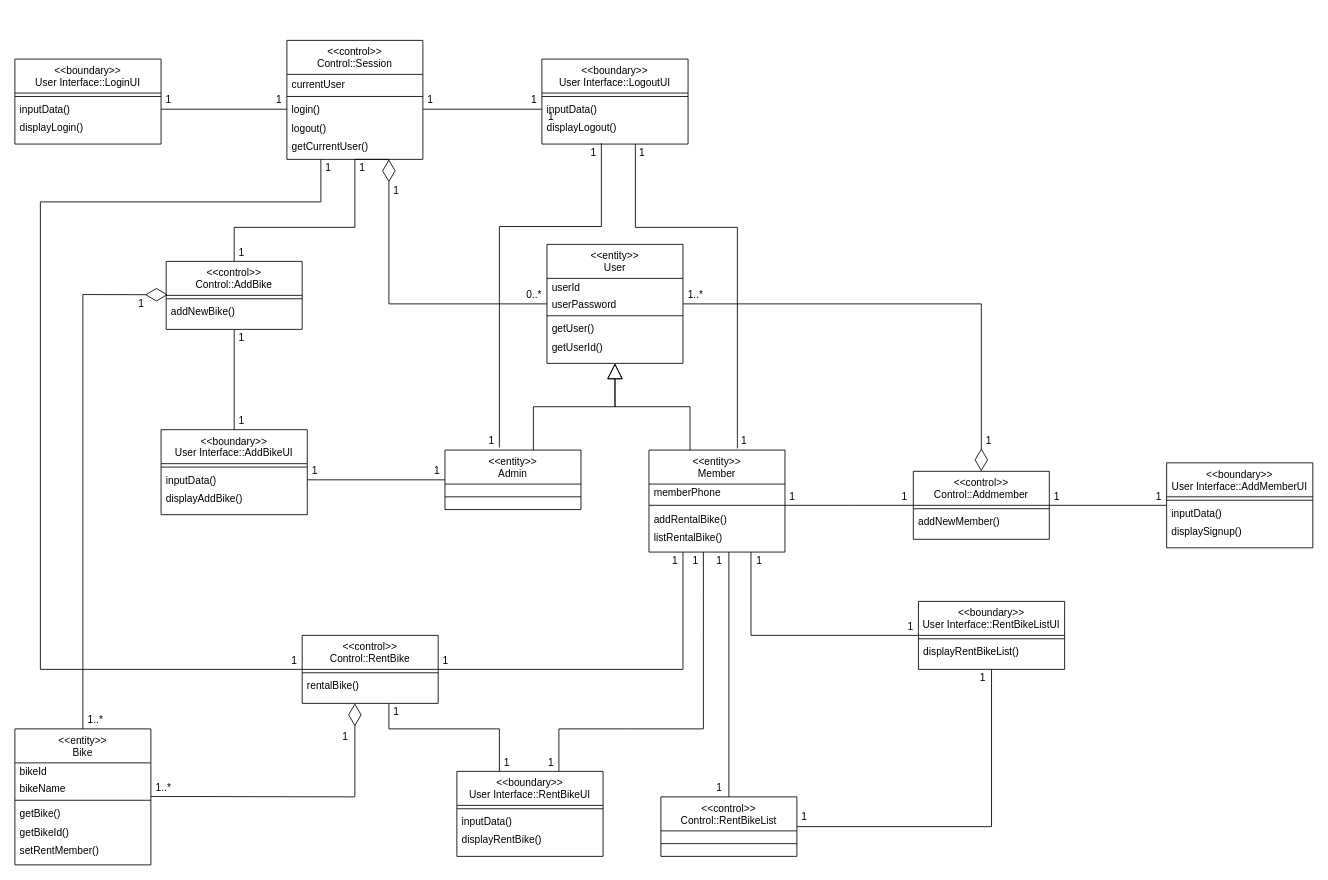
The draw.io diagram requirement_capturing/analysis_class_diagram.drawio in cmin42/2025-1-SE-HW, before the edit. Source tidied: cells renumbered, new cells numbered last; positions are measured from the earlier drawing's top-left corner, leaving out a move shared by most shapes. Both pictures are drawn from the tidied source at 85%, with x=0, y=0 at pixel (14, 40).
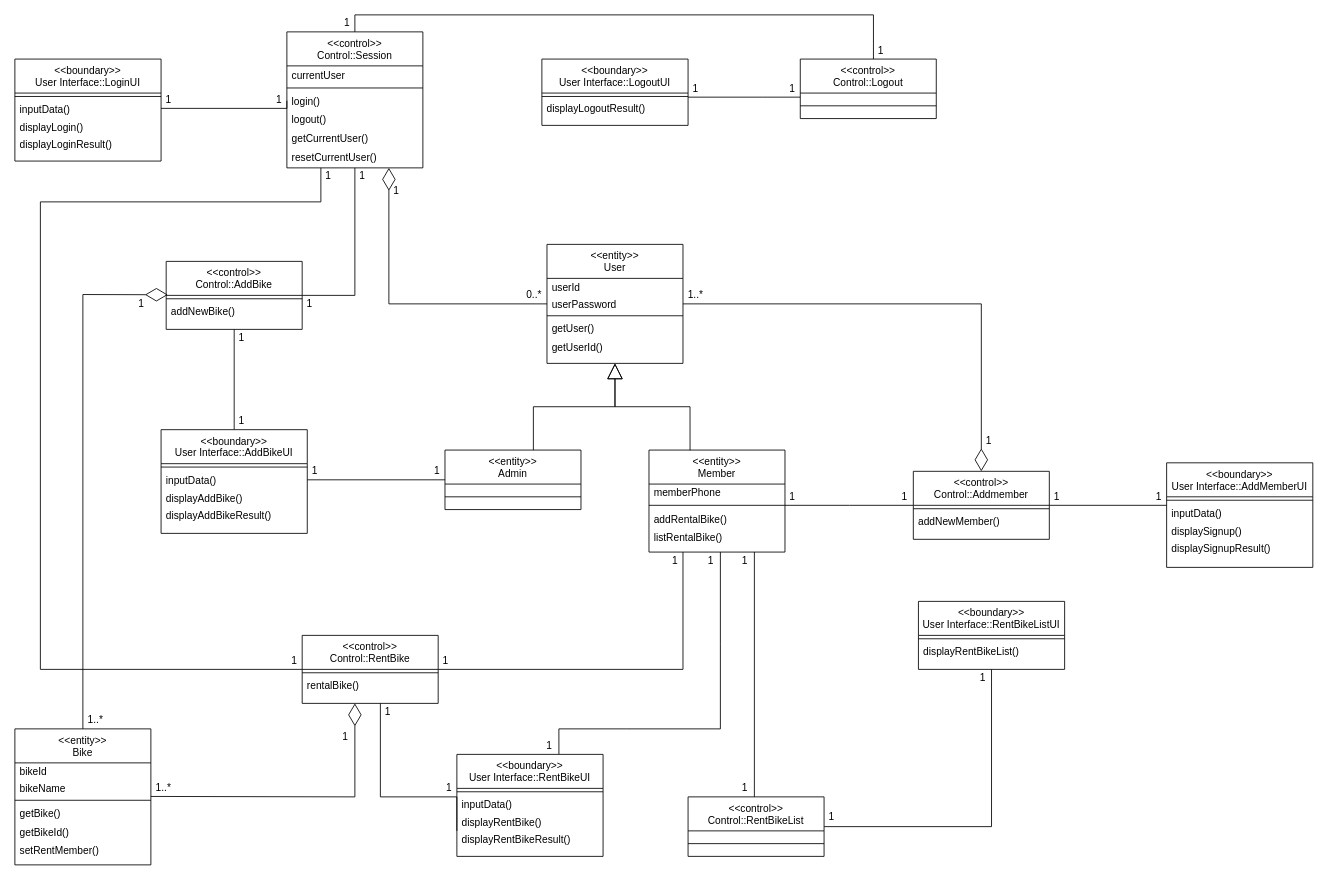
Above is the later version.

Commit message (it also covers changes not shown here):
fix: commnication 및 class 다이어그램 전체적인 수정

The change refers to these unchanged cells:
```xml
<mxCell id="15" value="&lt;&lt;entity&gt;&gt;&#10;Member" style="swimlane;fontStyle=0;align=center;verticalAlign=top;horizontal=1;startSize=40;rounded=0;shadow=0;strokeWidth=1;" parent="1" vertex="1">
  <mxGeometry x="746" y="482" width="160" height="120" as="geometry" />
</mxCell>
<mxCell id="22" value="inputData()" style="text;align=left;verticalAlign=middle;spacingLeft=4;spacingRight=4;overflow=hidden;points=[[0,0.5],[1,0.5]];portConstraint=eastwest;" parent="20" vertex="1">
  <mxGeometry y="48" width="172" height="22" as="geometry" />
</mxCell>
<mxCell id="37" value="&lt;&lt;boundary&gt;&gt;&#10;User Interface::RentBikeListUI" style="swimlane;fontStyle=0;align=center;verticalAlign=top;horizontal=1;startSize=40;rounded=0;shadow=0;strokeWidth=1;" parent="1" vertex="1">
  <mxGeometry x="1063" y="660" width="172" height="80" as="geometry" />
</mxCell>
<mxCell id="48" value="login()" style="text;align=left;verticalAlign=middle;spacingLeft=4;spacingRight=4;overflow=hidden;points=[[0,0.5],[1,0.5]];portConstraint=eastwest;" parent="45" vertex="1">
  <mxGeometry y="70" width="160" height="22" as="geometry" />
</mxCell>
<mxCell id="52" value="&lt;&lt;control&gt;&gt;&#10;Control::AddBike" style="swimlane;fontStyle=0;align=center;verticalAlign=top;horizontal=1;startSize=40;rounded=0;shadow=0;strokeWidth=1;" parent="1" vertex="1">
  <mxGeometry x="178" y="260" width="160" height="80" as="geometry" />
</mxCell>
<mxCell id="56" value="&lt;&lt;control&gt;&gt;&#10;Control::RentBike" style="swimlane;fontStyle=0;align=center;verticalAlign=top;horizontal=1;startSize=40;rounded=0;shadow=0;strokeWidth=1;" parent="1" vertex="1">
  <mxGeometry x="338" y="700" width="160" height="80" as="geometry" />
</mxCell>
```

Change to the diagram source:
```diff
@@
     <mxCell id="8" value="&lt;&lt;boundary&gt;&gt;&#10;User Interface::AddMemberUI" style="swimlane;fontStyle=0;align=center;verticalAlign=top;horizontal=1;startSize=40;rounded=0;shadow=0;strokeWidth=1;" parent="1" vertex="1">
-      <mxGeometry x="1355" y="497" width="172" height="100" as="geometry" />
+      <mxGeometry x="1355" y="497" width="172" height="123" as="geometry" />
     </mxCell>
@@
+    <mxCell id="125" value="displaySignupResult()" style="text;align=left;verticalAlign=middle;spacingLeft=4;spacingRight=4;overflow=hidden;" parent="8" vertex="1">
+      <mxGeometry y="90" width="172" height="20" as="geometry" />
+    </mxCell>
@@
     <mxCell id="20" value="&lt;&lt;boundary&gt;&gt;&#10;User Interface::LoginUI" style="swimlane;fontStyle=0;align=center;verticalAlign=top;horizontal=1;startSize=40;rounded=0;shadow=0;strokeWidth=1;" parent="1" vertex="1">
-      <mxGeometry y="22" width="172" height="100" as="geometry" />
+      <mxGeometry y="22" width="172" height="120" as="geometry" />
     </mxCell>
@@
+    <mxCell id="126" value="displayLoginResult()" style="text;align=left;verticalAlign=middle;spacingLeft=4;spacingRight=4;overflow=hidden;" parent="20" vertex="1">
+      <mxGeometry y="90" width="172" height="20" as="geometry" />
+    </mxCell>
+    <mxCell id="127" style="edgeStyle=orthogonalEdgeStyle;rounded=0;orthogonalLoop=1;jettySize=auto;html=1;endArrow=none;startFill=0;" parent="1" edge="1">
+      <mxGeometry relative="1" as="geometry">
+        <mxPoint x="792" y="66.8" as="sourcePoint" />
+        <mxPoint x="924" y="66.8" as="targetPoint" />
+        <Array as="points">
+          <mxPoint x="880" y="66.7" />
+          <mxPoint x="880" y="66.7" />
+        </Array>
+      </mxGeometry>
+    </mxCell>
     <mxCell id="24" value="&lt;&lt;boundary&gt;&gt;&#10;User Interface::LogoutUI" style="swimlane;fontStyle=0;align=center;verticalAlign=top;horizontal=1;startSize=40;rounded=0;shadow=0;strokeWidth=1;" parent="1" vertex="1">
-      <mxGeometry x="620" y="22" width="172" height="100" as="geometry" />
+      <mxGeometry x="620" y="22" width="172" height="78" as="geometry" />
     </mxCell>
@@
-    <mxCell id="26" value="inputData()" style="text;align=left;verticalAlign=middle;spacingLeft=4;spacingRight=4;overflow=hidden;points=[[0,0.5],[1,0.5]];portConstraint=eastwest;" parent="24" vertex="1">
-      <mxGeometry y="48" width="172" height="22" as="geometry" />
-    </mxCell>
-    <mxCell id="27" value="displayLogout()" style="text;align=left;verticalAlign=middle;spacingLeft=4;spacingRight=4;overflow=hidden;" parent="24" vertex="1">
-      <mxGeometry y="70" width="172" height="20" as="geometry" />
+    <mxCell id="27" value="displayLogoutResult()" style="text;align=left;verticalAlign=middle;spacingLeft=4;spacingRight=4;overflow=hidden;" parent="24" vertex="1">
+      <mxGeometry y="48" width="172" height="20" as="geometry" />
     </mxCell>
@@
     <mxCell id="29" value="&lt;&lt;boundary&gt;&gt;&#10;User Interface::AddBikeUI" style="swimlane;fontStyle=0;align=center;verticalAlign=top;horizontal=1;startSize=40;rounded=0;shadow=0;strokeWidth=1;" parent="1" vertex="1">
-      <mxGeometry x="172" y="458" width="172" height="100" as="geometry" />
+      <mxGeometry x="172" y="458" width="172" height="122" as="geometry" />
     </mxCell>
@@
+    <mxCell id="128" value="displayAddBikeResult()" style="text;align=left;verticalAlign=middle;spacingLeft=4;spacingRight=4;overflow=hidden;" parent="29" vertex="1">
+      <mxGeometry y="90" width="172" height="20" as="geometry" />
+    </mxCell>
     <mxCell id="33" value="&lt;&lt;boundary&gt;&gt;&#10;User Interface::RentBikeUI" style="swimlane;fontStyle=0;align=center;verticalAlign=top;horizontal=1;startSize=40;rounded=0;shadow=0;strokeWidth=1;" parent="1" vertex="1">
-      <mxGeometry x="520" y="860" width="172" height="100" as="geometry" />
+      <mxGeometry x="520" y="840" width="172" height="120" as="geometry" />
     </mxCell>
@@
+    <mxCell id="129" value="displayRentBikeResult()" style="text;align=left;verticalAlign=middle;spacingLeft=4;spacingRight=4;overflow=hidden;" parent="33" vertex="1">
+      <mxGeometry y="90" width="172" height="20" as="geometry" />
+    </mxCell>
@@
     <mxCell id="45" value="&lt;&lt;control&gt;&gt;&#10;Control::Session" style="swimlane;fontStyle=0;align=center;verticalAlign=top;horizontal=1;startSize=40;rounded=0;shadow=0;strokeWidth=1;" parent="1" vertex="1">
-      <mxGeometry x="320" width="160" height="140" as="geometry" />
+      <mxGeometry x="320" y="-10" width="160" height="160" as="geometry" />
     </mxCell>
@@
-    <mxCell id="51" style="edgeStyle=orthogonalEdgeStyle;rounded=0;jettySize=auto;html=1;endArrow=none;startFill=0;" parent="1" edge="1" source="52">
-      <mxGeometry relative="1" as="geometry">
-        <mxPoint x="440" y="140" as="targetPoint" />
-        <Array as="points">
-          <mxPoint x="258" y="220" />
-          <mxPoint x="400" y="220" />
-          <mxPoint x="400" y="140" />
-        </Array>
-      </mxGeometry>
-    </mxCell>
+    <mxCell id="130" value="resetCurrentUser()" style="text;align=left;verticalAlign=middle;spacingLeft=4;spacingRight=4;overflow=hidden;" parent="45" vertex="1">
+      <mxGeometry y="136" width="160" height="22" as="geometry" />
+    </mxCell>
+    <mxCell id="131" style="edgeStyle=orthogonalEdgeStyle;rounded=0;jettySize=auto;html=1;entryX=0;entryY=0;entryDx=0;entryDy=0;endArrow=none;startFill=0;" parent="1" edge="1" source="52" target="135">
+      <mxGeometry relative="1" as="geometry">
+        <Array as="points">
+          <mxPoint x="400" y="300" />
+        </Array>
+      </mxGeometry>
+    </mxCell>
@@
-    <mxCell id="55" style="edgeStyle=orthogonalEdgeStyle;rounded=0;jettySize=auto;html=1;endArrow=none;startFill=0;" parent="1" edge="1" source="56">
-      <mxGeometry relative="1" as="geometry">
-        <mxPoint x="570" y="860" as="targetPoint" />
-        <Array as="points">
-          <mxPoint x="440" y="810" />
-          <mxPoint x="570" y="810" />
-          <mxPoint x="570" y="859" />
-        </Array>
-      </mxGeometry>
-    </mxCell>
+    <mxCell id="132" style="edgeStyle=orthogonalEdgeStyle;rounded=0;jettySize=auto;html=1;endArrow=none;startFill=0;" parent="1" edge="1" source="56">
+      <mxGeometry relative="1" as="geometry">
+        <mxPoint x="520" y="930" as="targetPoint" />
+        <Array as="points">
+          <mxPoint x="430" y="890" />
+          <mxPoint x="520" y="890" />
+        </Array>
+      </mxGeometry>
+    </mxCell>
@@
-    <mxCell id="59" style="edgeStyle=orthogonalEdgeStyle;rounded=0;jettySize=auto;html=1;entryX=0.5;entryY=1;entryDx=0;entryDy=0;endArrow=none;startFill=0;" parent="1" edge="1" source="60" target="37">
+    <mxCell id="59" style="edgeStyle=orthogonalEdgeStyle;rounded=0;jettySize=auto;html=1;entryX=0.5;entryY=1;entryDx=0;entryDy=0;endArrow=none;startFill=0;exitX=1;exitY=0.5;exitDx=0;exitDy=0;" parent="1" edge="1" source="60" target="37">
       <mxGeometry relative="1" as="geometry" />
     </mxCell>
     <mxCell id="60" value="&lt;&lt;control&gt;&gt;&#10;Control::RentBikeList" style="swimlane;fontStyle=0;align=center;verticalAlign=top;horizontal=1;startSize=40;rounded=0;shadow=0;strokeWidth=1;" parent="1" vertex="1">
-      <mxGeometry x="760" y="890" width="160" height="70" as="geometry" />
+      <mxGeometry x="792" y="890" width="160" height="70" as="geometry" />
     </mxCell>
@@
-    <mxCell id="74" style="endArrow=none;endFill=0;endSize=24;html=1;rounded=0;entryX=0.5;entryY=1;entryDx=0;entryDy=0;startFill=0;" parent="1" edge="1">
-      <mxGeometry relative="1" as="geometry">
-        <mxPoint x="850" y="480" as="sourcePoint" />
-        <mxPoint x="730" y="122" as="targetPoint" />
-        <Array as="points">
-          <mxPoint x="850" y="220" />
-          <mxPoint x="730" y="220" />
-        </Array>
-      </mxGeometry>
-    </mxCell>
-    <mxCell id="75" value="1" style="text;strokeColor=none;align=center;fillColor=none;html=1;verticalAlign=middle;whiteSpace=wrap;rounded=0;" parent="1" vertex="1">
-      <mxGeometry x="729" y="122" width="18" height="20" as="geometry" />
-    </mxCell>
-    <mxCell id="76" style="edgeStyle=orthogonalEdgeStyle;rounded=0;jettySize=auto;html=1;exitX=0;exitY=0.5;exitDx=0;exitDy=0;entryX=1;entryY=0.5;entryDx=0;entryDy=0;endArrow=none;startFill=0;" parent="1" edge="1" source="26" target="48">
-      <mxGeometry relative="1" as="geometry" />
-    </mxCell>
     <mxCell id="77" style="edgeStyle=orthogonalEdgeStyle;rounded=0;jettySize=auto;html=1;entryX=0;entryY=0.5;entryDx=0;entryDy=0;endArrow=none;startFill=0;" parent="1" edge="1" source="22" target="48">
-      <mxGeometry relative="1" as="geometry" />
+      <mxGeometry relative="1" as="geometry">
+        <Array as="points">
+          <mxPoint x="320" y="80" />
+        </Array>
+      </mxGeometry>
     </mxCell>
-    <mxCell id="78" value="1" style="text;strokeColor=none;align=center;fillColor=none;html=1;verticalAlign=middle;whiteSpace=wrap;rounded=0;" parent="1" vertex="1">
-      <mxGeometry x="480" y="60" width="18" height="20" as="geometry" />
-    </mxCell>
-    <mxCell id="79" value="1" style="text;strokeColor=none;align=center;fillColor=none;html=1;verticalAlign=middle;whiteSpace=wrap;rounded=0;" parent="1" vertex="1">
-      <mxGeometry x="602" y="60" width="18" height="20" as="geometry" />
-    </mxCell>
@@
-    <mxCell id="82" value="1" style="text;strokeColor=none;align=center;fillColor=none;html=1;verticalAlign=middle;whiteSpace=wrap;rounded=0;" parent="1" vertex="1">
-      <mxGeometry x="400" y="140" width="18" height="20" as="geometry" />
-    </mxCell>
     <mxCell id="83" value="1" style="text;strokeColor=none;align=center;fillColor=none;html=1;verticalAlign=middle;whiteSpace=wrap;rounded=0;" parent="1" vertex="1">
-      <mxGeometry x="258" y="240" width="18" height="20" as="geometry" />
+      <mxGeometry x="338" y="300" width="18" height="20" as="geometry" />
     </mxCell>
-    <mxCell id="84" value="1" style="text;strokeColor=none;align=center;fillColor=none;html=1;verticalAlign=middle;whiteSpace=wrap;rounded=0;" parent="1" vertex="1">
-      <mxGeometry x="622" y="80" width="18" height="20" as="geometry" />
-    </mxCell>
     <mxCell id="85" value="1" style="text;strokeColor=none;align=center;fillColor=none;html=1;verticalAlign=middle;whiteSpace=wrap;rounded=0;" parent="1" vertex="1">
-      <mxGeometry x="360" y="140" width="18" height="20" as="geometry" />
+      <mxGeometry x="360" y="150" width="18" height="20" as="geometry" />
     </mxCell>
@@
     <mxCell id="93" value="1" style="text;strokeColor=none;align=center;fillColor=none;html=1;verticalAlign=middle;whiteSpace=wrap;rounded=0;" parent="1" vertex="1">
-      <mxGeometry x="440" y="780" width="18" height="20" as="geometry" />
+      <mxGeometry x="430" y="780" width="18" height="20" as="geometry" />
     </mxCell>
     <mxCell id="94" value="1" style="text;strokeColor=none;align=center;fillColor=none;html=1;verticalAlign=middle;whiteSpace=wrap;rounded=0;" parent="1" vertex="1">
-      <mxGeometry x="570" y="840" width="18" height="20" as="geometry" />
+      <mxGeometry x="502" y="870" width="18" height="20" as="geometry" />
     </mxCell>
@@
     <mxCell id="96" style="endArrow=none;endFill=0;endSize=24;html=1;rounded=0;entryX=0.698;entryY=-0.003;entryDx=0;entryDy=0;entryPerimeter=0;startFill=0;" parent="1" edge="1" target="33">
       <mxGeometry relative="1" as="geometry">
-        <mxPoint x="810" y="602" as="sourcePoint" />
+        <mxPoint x="830" y="602" as="sourcePoint" />
         <Array as="points">
-          <mxPoint x="810" y="652" />
-          <mxPoint x="810" y="702" />
-          <mxPoint x="810" y="810" />
+          <mxPoint x="830" y="710" />
+          <mxPoint x="830" y="810" />
           <mxPoint x="720" y="810" />
           <mxPoint x="640" y="810" />
         </Array>
       </mxGeometry>
     </mxCell>
     <mxCell id="97" style="endArrow=none;endFill=0;endSize=24;html=1;rounded=0;startFill=0;" parent="1" edge="1">
       <mxGeometry relative="1" as="geometry">
-        <mxPoint x="840" y="602" as="sourcePoint" />
-        <mxPoint x="840" y="890" as="targetPoint" />
+        <mxPoint x="870" y="602" as="sourcePoint" />
+        <mxPoint x="870" y="890" as="targetPoint" />
       </mxGeometry>
     </mxCell>
-    <mxCell id="98" style="endArrow=none;endFill=0;endSize=24;html=1;rounded=0;exitX=0.75;exitY=1;exitDx=0;exitDy=0;entryX=0;entryY=0.5;entryDx=0;entryDy=0;startFill=0;" parent="1" edge="1" source="15" target="37">
-      <mxGeometry relative="1" as="geometry">
-        <Array as="points">
-          <mxPoint x="866" y="700" />
-        </Array>
-      </mxGeometry>
-    </mxCell>
     <mxCell id="99" value="1" style="text;strokeColor=none;align=center;fillColor=none;html=1;verticalAlign=middle;whiteSpace=wrap;rounded=0;" parent="1" vertex="1">
-      <mxGeometry x="622" y="840" width="18" height="20" as="geometry" />
+      <mxGeometry x="620" y="820" width="18" height="20" as="geometry" />
     </mxCell>
     <mxCell id="100" value="1" style="text;strokeColor=none;align=center;fillColor=none;html=1;verticalAlign=middle;whiteSpace=wrap;rounded=0;" parent="1" vertex="1">
-      <mxGeometry x="820" y="870" width="18" height="20" as="geometry" />
+      <mxGeometry x="850" y="870" width="18" height="20" as="geometry" />
     </mxCell>
-    <mxCell id="101" value="1" style="text;strokeColor=none;align=center;fillColor=none;html=1;verticalAlign=middle;whiteSpace=wrap;rounded=0;" parent="1" vertex="1">
-      <mxGeometry x="1045" y="680" width="18" height="20" as="geometry" />
-    </mxCell>
@@
     <mxCell id="112" value="1" style="text;strokeColor=none;align=center;fillColor=none;html=1;verticalAlign=middle;whiteSpace=wrap;rounded=0;" parent="1" vertex="1">
-      <mxGeometry x="792" y="602" width="18" height="20" as="geometry" />
+      <mxGeometry x="810" y="602" width="18" height="20" as="geometry" />
     </mxCell>
-    <mxCell id="113" value="1" style="text;strokeColor=none;align=center;fillColor=none;html=1;verticalAlign=middle;whiteSpace=wrap;rounded=0;" parent="1" vertex="1">
-      <mxGeometry x="867" y="602" width="18" height="20" as="geometry" />
-    </mxCell>
     <mxCell id="114" value="1" style="text;strokeColor=none;align=center;fillColor=none;html=1;verticalAlign=middle;whiteSpace=wrap;rounded=0;" parent="1" vertex="1">
-      <mxGeometry x="820" y="602" width="18" height="20" as="geometry" />
+      <mxGeometry x="850" y="602" width="18" height="20" as="geometry" />
     </mxCell>
@@
     <mxCell id="119" value="1" style="text;strokeColor=none;align=center;fillColor=none;html=1;verticalAlign=middle;whiteSpace=wrap;rounded=0;" parent="1" vertex="1">
-      <mxGeometry x="920" y="904" width="18" height="20" as="geometry" />
+      <mxGeometry x="952" y="904" width="18" height="20" as="geometry" />
     </mxCell>
@@
-    <mxCell id="121" style="endArrow=none;endFill=0;endSize=24;html=1;rounded=0;entryX=0.5;entryY=1;entryDx=0;entryDy=0;startFill=0;" parent="1" edge="1">
-      <mxGeometry relative="1" as="geometry">
-        <mxPoint x="570" y="479" as="sourcePoint" />
-        <mxPoint x="690" y="121" as="targetPoint" />
-        <Array as="points">
-          <mxPoint x="570" y="219" />
-          <mxPoint x="690" y="219" />
-        </Array>
-      </mxGeometry>
-    </mxCell>
-    <mxCell id="122" value="1" style="text;strokeColor=none;align=center;fillColor=none;html=1;verticalAlign=middle;whiteSpace=wrap;rounded=0;" parent="1" vertex="1">
-      <mxGeometry x="672" y="122" width="18" height="20" as="geometry" />
-    </mxCell>
-    <mxCell id="123" value="1" style="text;strokeColor=none;align=center;fillColor=none;html=1;verticalAlign=middle;whiteSpace=wrap;rounded=0;" parent="1" vertex="1">
-      <mxGeometry x="552" y="461" width="18" height="20" as="geometry" />
-    </mxCell>
-    <mxCell id="124" value="1" style="text;strokeColor=none;align=center;fillColor=none;html=1;verticalAlign=middle;whiteSpace=wrap;rounded=0;" parent="1" vertex="1">
-      <mxGeometry x="849" y="461" width="18" height="20" as="geometry" />
-    </mxCell>
+    <mxCell id="133" value="&lt;&lt;control&gt;&gt;&#10;Control::Logout" style="swimlane;fontStyle=0;align=center;verticalAlign=top;horizontal=1;startSize=40;rounded=0;shadow=0;strokeWidth=1;" parent="1" vertex="1">
+      <mxGeometry x="924" y="22" width="160" height="70" as="geometry" />
+    </mxCell>
+    <mxCell id="134" style="line;html=1;strokeWidth=1;align=left;verticalAlign=middle;spacingTop=-1;spacingLeft=3;spacingRight=3;labelPosition=right;" parent="133" vertex="1">
+      <mxGeometry y="40" width="160" height="30" as="geometry" />
+    </mxCell>
+    <mxCell id="135" value="1" style="text;strokeColor=none;align=center;fillColor=none;html=1;verticalAlign=middle;whiteSpace=wrap;rounded=0;" parent="1" vertex="1">
+      <mxGeometry x="400" y="150" width="18" height="20" as="geometry" />
+    </mxCell>
+    <mxCell id="136" value="1" style="text;strokeColor=none;align=center;fillColor=none;html=1;verticalAlign=middle;whiteSpace=wrap;rounded=0;" parent="1" vertex="1">
+      <mxGeometry x="906" y="46.7" width="18" height="20" as="geometry" />
+    </mxCell>
+    <mxCell id="137" value="1" style="text;strokeColor=none;align=center;fillColor=none;html=1;verticalAlign=middle;whiteSpace=wrap;rounded=0;" parent="1" vertex="1">
+      <mxGeometry x="792" y="46.7" width="18" height="20" as="geometry" />
+    </mxCell>
+    <mxCell id="138" style="edgeStyle=orthogonalEdgeStyle;rounded=0;jettySize=auto;html=1;exitX=0.5;exitY=0;exitDx=0;exitDy=0;entryX=0.538;entryY=0;entryDx=0;entryDy=0;entryPerimeter=0;endArrow=none;startFill=0;" parent="1" edge="1" source="45" target="133">
+      <mxGeometry relative="1" as="geometry" />
+    </mxCell>
+    <mxCell id="139" value="1" style="text;strokeColor=none;align=center;fillColor=none;html=1;verticalAlign=middle;whiteSpace=wrap;rounded=0;" parent="1" vertex="1">
+      <mxGeometry x="382" y="-30" width="18" height="20" as="geometry" />
+    </mxCell>
+    <mxCell id="140" value="1" style="text;strokeColor=none;align=center;fillColor=none;html=1;verticalAlign=middle;whiteSpace=wrap;rounded=0;" parent="1" vertex="1">
+      <mxGeometry x="1010" y="2" width="18" height="20" as="geometry" />
+    </mxCell>
```
